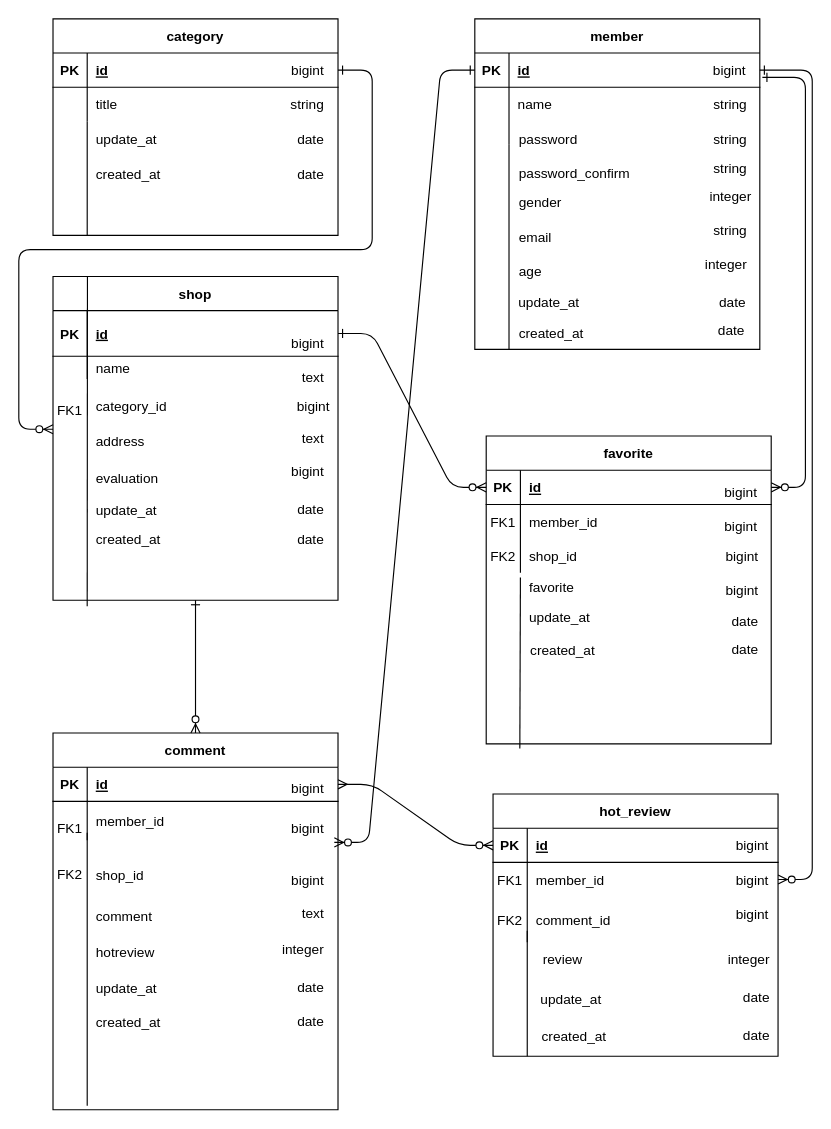
This is er01.drawio from Honda777-github/runteq_portfolio01, a draw.io file, before an edit. Source tidied: cells renumbered, new cells numbered last; positions are measured from the earlier drawing's top-left corner, leaving out a move shared by most shapes. Both pictures are drawn from the tidied source at 114%, with x=0, y=0 at pixel (52, -365).
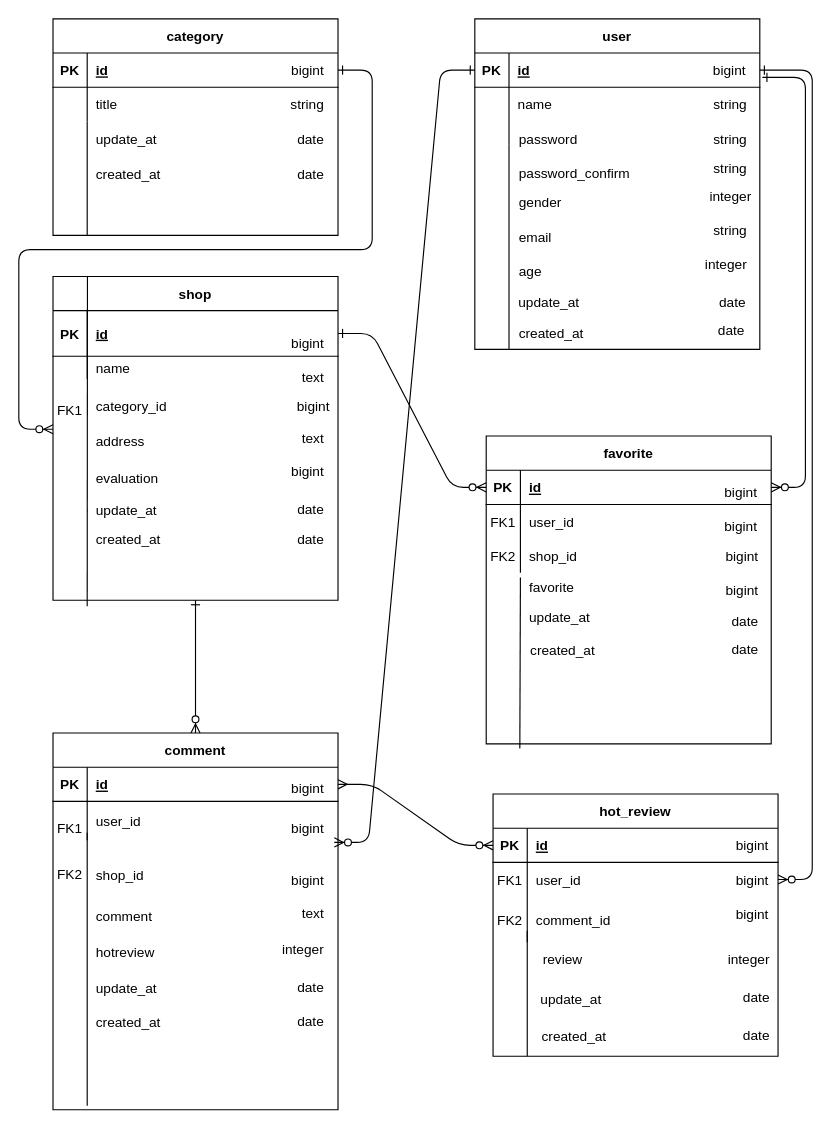
The same page after the edit.

The change refers to these unchanged cells:
```xml
<mxCell id="18" style="shape=partialRectangle;fillColor=none;points=[[0,0.5],[1,0.5]];portConstraint=eastwest;top=0;left=0;right=0;bottom=0;" parent="14" vertex="1">
  <mxGeometry y="60" width="250" height="30" as="geometry" />
</mxCell>
<mxCell id="59" style="shape=partialRectangle;fillColor=none;points=[[0,0.5],[1,0.5]];portConstraint=eastwest;top=0;left=0;right=0;bottom=0;" parent="55" vertex="1">
  <mxGeometry y="60" width="250" height="34" as="geometry" />
</mxCell>
<mxCell id="110" style="shape=partialRectangle;fillColor=none;top=0;left=0;right=0;bottom=0;" parent="106" vertex="1">
  <mxGeometry y="60" width="250" height="30" as="geometry" />
</mxCell>
```

What changed in the source:
```diff
@@
-    <mxCell id="4" value="member" style="shape=table;startSize=30;childLayout=tableLayout;rowLines=0;fontStyle=1;align=center;" parent="1" vertex="1">
+    <mxCell id="4" value="user" style="shape=table;startSize=30;childLayout=tableLayout;rowLines=0;fontStyle=1;align=center;" parent="1" vertex="1">
       <mxGeometry x="370" y="336" width="250" height="290" as="geometry" />
     </mxCell>
@@
-    <mxCell id="20" value="member_id" style="shape=partialRectangle;overflow=hidden;fillColor=none;top=0;left=0;bottom=0;right=0;align=left;spacingLeft=6;" parent="18" vertex="1">
+    <mxCell id="20" value="user_id" style="shape=partialRectangle;overflow=hidden;fillColor=none;top=0;left=0;bottom=0;right=0;align=left;spacingLeft=6;" parent="18" vertex="1">
       <mxGeometry x="30" width="220" height="30" as="geometry" />
     </mxCell>
@@
-    <mxCell id="61" value="member_id" style="shape=partialRectangle;overflow=hidden;fillColor=none;top=0;left=0;bottom=0;right=0;align=left;spacingLeft=6;" parent="59" vertex="1">
+    <mxCell id="61" value="user_id" style="shape=partialRectangle;overflow=hidden;fillColor=none;top=0;left=0;bottom=0;right=0;align=left;spacingLeft=6;" parent="59" vertex="1">
       <mxGeometry x="30" width="220" height="34" as="geometry" />
     </mxCell>
@@
-    <mxCell id="112" value="member_id" style="shape=partialRectangle;overflow=hidden;fillColor=none;top=0;left=0;bottom=0;right=0;align=left;spacingLeft=6;" parent="110" vertex="1">
+    <mxCell id="112" value="user_id" style="shape=partialRectangle;overflow=hidden;fillColor=none;top=0;left=0;bottom=0;right=0;align=left;spacingLeft=6;" parent="110" vertex="1">
       <mxGeometry x="30" width="220" height="30" as="geometry" />
     </mxCell>
```
